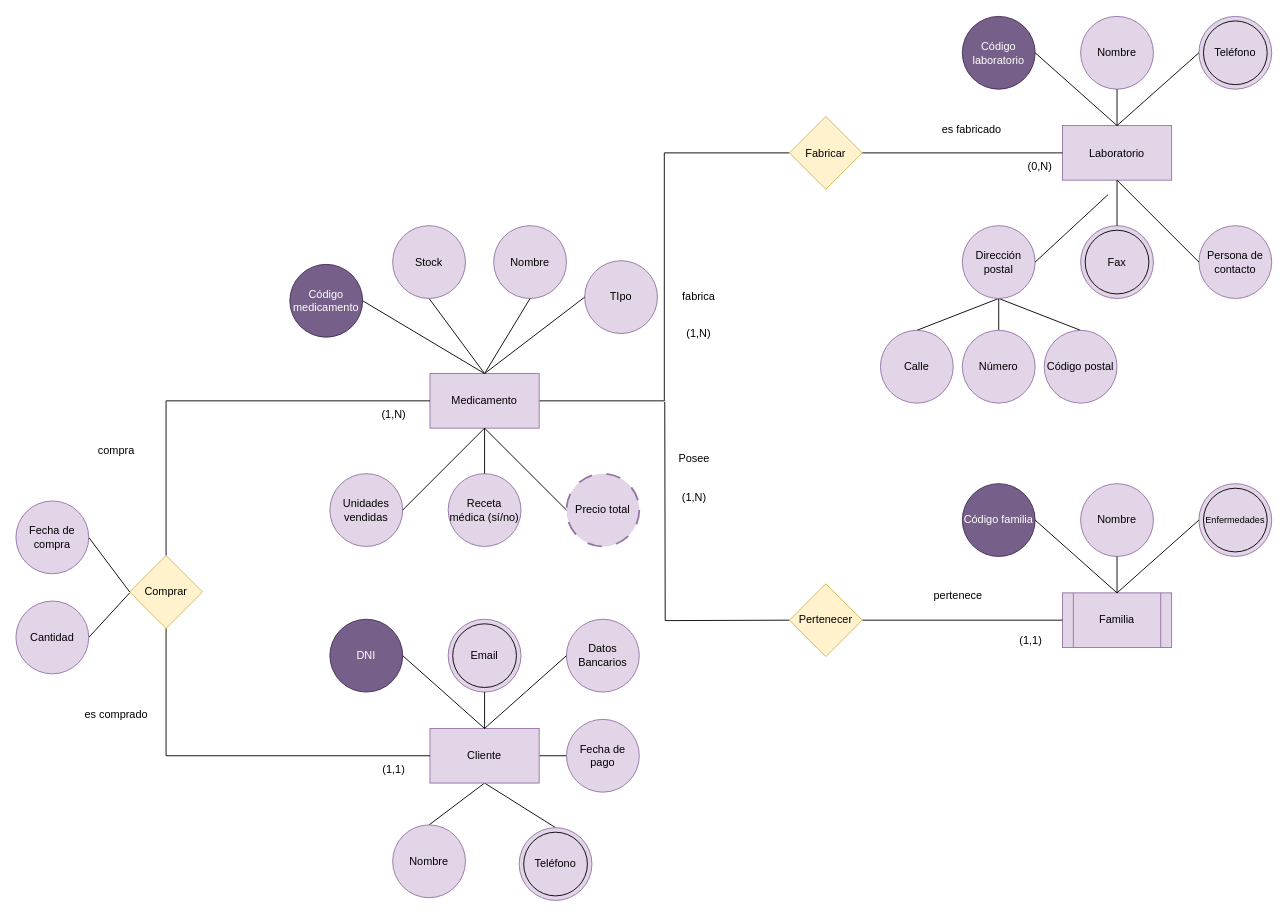
Nestor-DF/ADBD-2024-2025-Practica01-PE keeps this draw.io diagram as P1ADBD.drawio. Above is the earlier version. Source tidied: cells renumbered, new cells numbered last; positions are measured from the earlier drawing's top-left corner, leaving out a move shared by most shapes. Both pictures are drawn from the tidied source at 91%, with x=0, y=0 at pixel (15, 15).
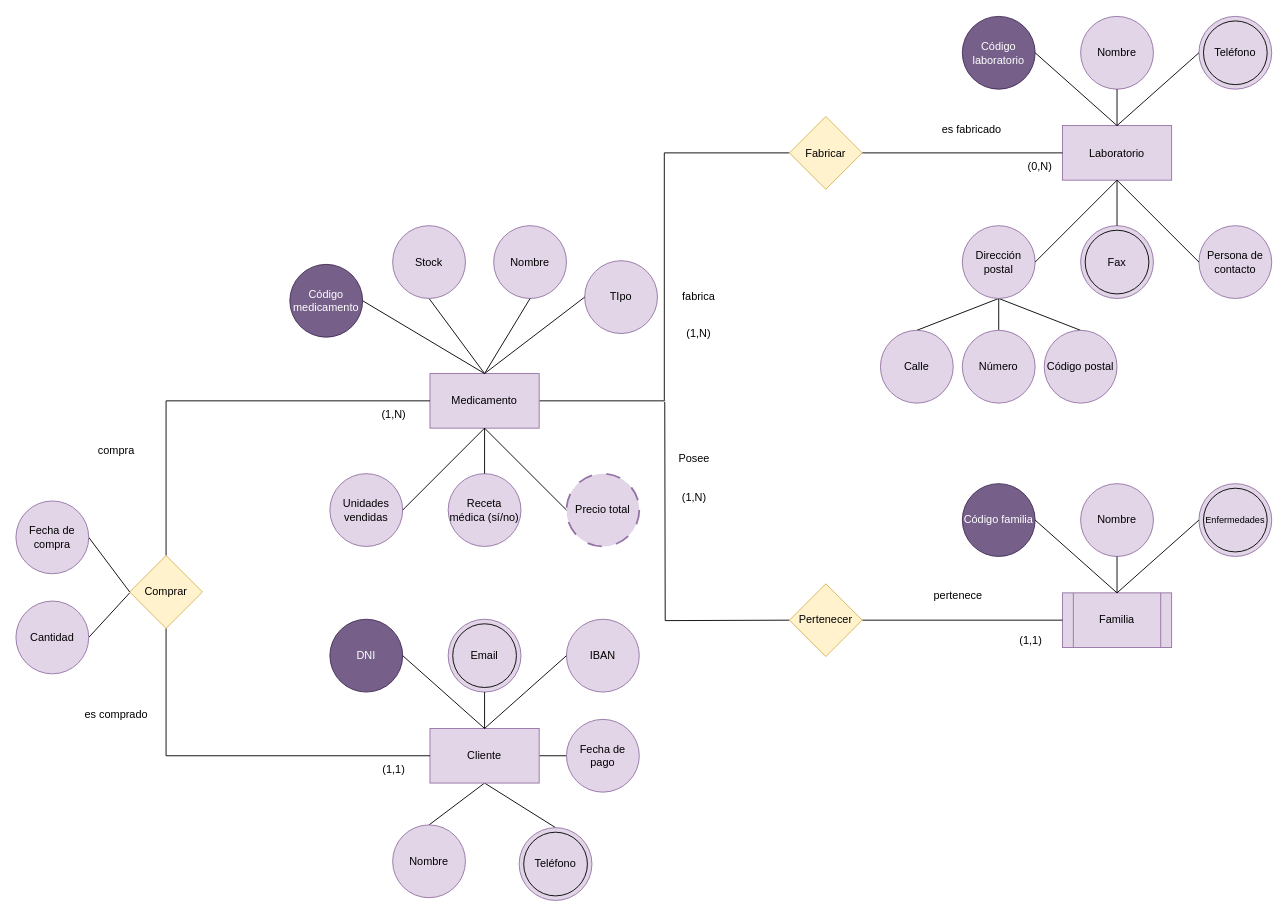
After the change.

Unchanged cells that the change refers to:
```xml
<mxCell id="38" value="&lt;div&gt;Laboratorio&lt;/div&gt;" style="rounded=0;whiteSpace=wrap;html=1;fillColor=#e1d5e7;strokeColor=#9673a6;" parent="1" vertex="1">
  <mxGeometry x="1150" y="120.5" width="120" height="60" as="geometry" />
</mxCell>
<mxCell id="45" value="Dirección postal" style="ellipse;whiteSpace=wrap;html=1;fillColor=#e1d5e7;strokeColor=#9673a6;" parent="1" vertex="1">
  <mxGeometry x="1040" y="230.5" width="80" height="80" as="geometry" />
</mxCell>
```

Change to the diagram source:
```diff
@@
-    <mxCell id="23" value="Datos Bancarios" style="ellipse;whiteSpace=wrap;html=1;fillColor=#e1d5e7;strokeColor=#9673a6;" parent="1" vertex="1">
+    <mxCell id="23" value="IBAN" style="ellipse;whiteSpace=wrap;html=1;fillColor=#e1d5e7;strokeColor=#9673a6;" parent="1" vertex="1">
       <mxGeometry x="605" y="663" width="80" height="80" as="geometry" />
     </mxCell>
@@
-    <mxCell id="52" style="endArrow=none;html=1;rounded=0;exitX=1;exitY=0.5;exitDx=0;exitDy=0;" parent="1" edge="1" source="45">
-      <mxGeometry relative="1" as="geometry">
-        <mxPoint x="1200" y="196.5" as="targetPoint" />
-      </mxGeometry>
+    <mxCell id="52" style="endArrow=none;html=1;rounded=0;exitX=1;exitY=0.5;exitDx=0;exitDy=0;entryX=0.5;entryY=1;entryDx=0;entryDy=0;" parent="1" edge="1" source="45" target="38">
+      <mxGeometry relative="1" as="geometry" />
     </mxCell>
```
